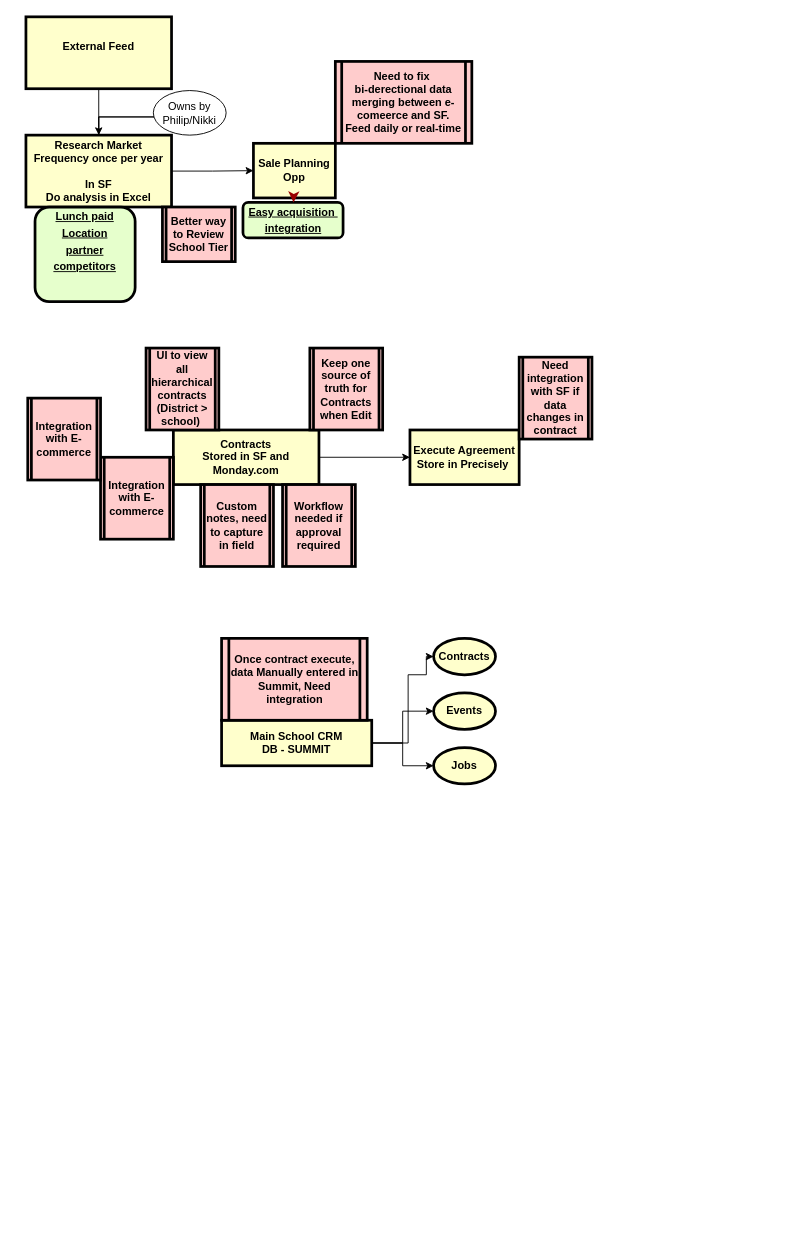
The draw.io diagram flow1.drawio in ai-next-zen/diagrams, before the edit. Source tidied: cells renumbered, new cells numbered last; positions are measured from the earlier drawing's top-left corner, leaving out a move shared by most shapes. Both pictures are drawn from the tidied source at 91%, with x=0, y=0 at pixel (25, 16).
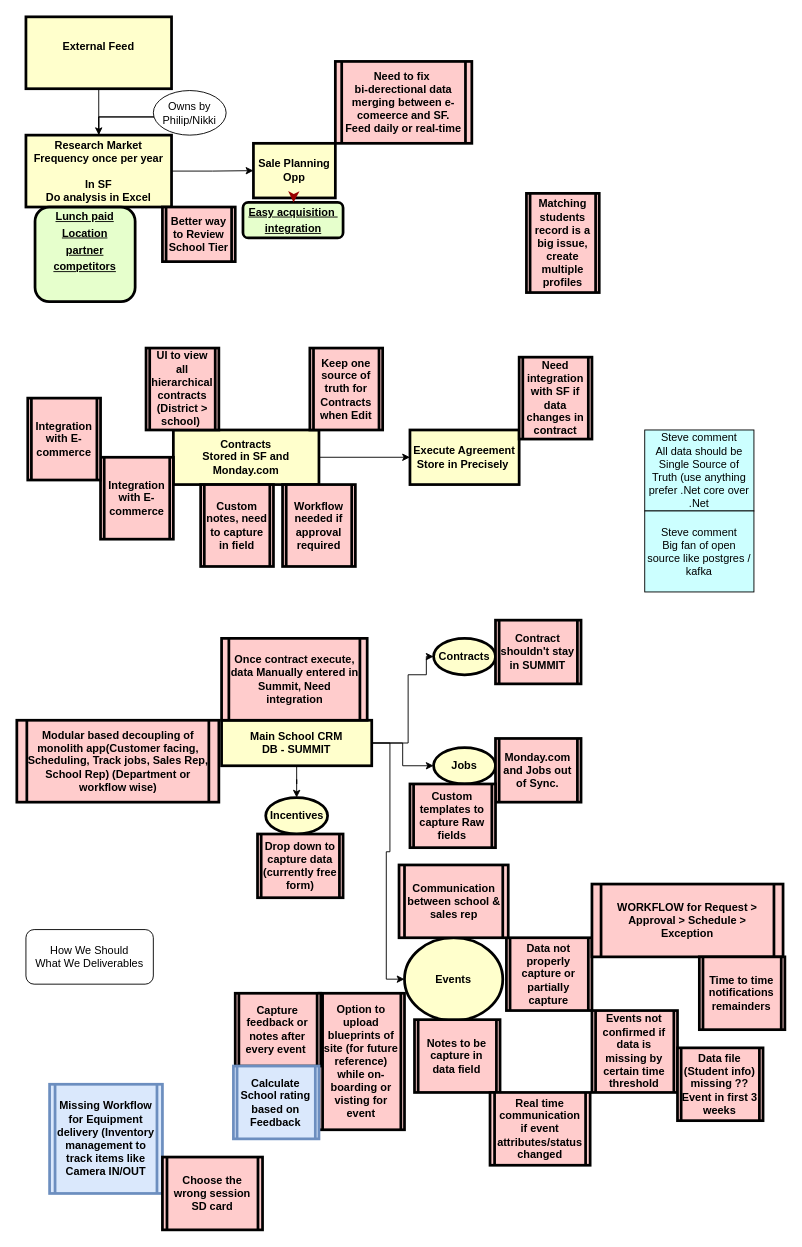
The same diagram, later.

The change refers to these unchanged cells:
```xml
<mxCell id="28" value="Main School CRM&#10;DB - SUMMIT" style="whiteSpace=wrap;align=center;verticalAlign=middle;fontStyle=1;strokeWidth=3;fillColor=#FFFFCC;" parent="1" vertex="1">
  <mxGeometry x="215" y="773" width="165" height="50" as="geometry" />
</mxCell>
```

The edit, as a diff of the source:
```diff
@@
+    <mxCell id="33" style="edgeStyle=orthogonalEdgeStyle;rounded=0;jettySize=auto;html=1;" parent="1" edge="1" source="28" target="36">
+      <mxGeometry relative="1" as="geometry" />
+    </mxCell>
@@
     <mxCell id="31" value="Events" style="ellipse;whiteSpace=wrap;html=1;fillColor=#FFFFCC;fontStyle=1;strokeWidth=3;" parent="1" vertex="1">
-      <mxGeometry x="448" y="743" width="68" height="40" as="geometry" />
+      <mxGeometry x="416" y="1012" width="108" height="91" as="geometry" />
     </mxCell>
@@
+    <mxCell id="34" value="Monday.com and Jobs out of Sync." style="shape=process;whiteSpace=wrap;align=center;verticalAlign=middle;size=0.0475;fontStyle=1;strokeWidth=3;fillColor=#FFCCCC;" parent="1" vertex="1">
+      <mxGeometry x="516" y="793" width="94" height="70" as="geometry" />
+    </mxCell>
+    <mxCell id="35" value="Custom templates to capture Raw fields" style="shape=process;whiteSpace=wrap;align=center;verticalAlign=middle;size=0.0475;fontStyle=1;strokeWidth=3;fillColor=#FFCCCC;" parent="1" vertex="1">
+      <mxGeometry x="422" y="843" width="94" height="70" as="geometry" />
+    </mxCell>
+    <mxCell id="36" value="Incentives" style="ellipse;whiteSpace=wrap;html=1;fillColor=#FFFFCC;fontStyle=1;strokeWidth=3;" parent="1" vertex="1">
+      <mxGeometry x="263.5" y="858" width="68" height="40" as="geometry" />
+    </mxCell>
+    <mxCell id="37" value="Drop down to capture data (currently free form)" style="shape=process;whiteSpace=wrap;align=center;verticalAlign=middle;size=0.0475;fontStyle=1;strokeWidth=3;fillColor=#FFCCCC;" parent="1" vertex="1">
+      <mxGeometry x="254.5" y="898" width="94" height="70" as="geometry" />
+    </mxCell>
+    <mxCell id="38" value="Modular based decoupling of monolith app(Customer facing, Scheduling, Track jobs, Sales Rep, School Rep) (Department or workflow wise)" style="shape=process;whiteSpace=wrap;align=center;verticalAlign=middle;size=0.0475;fontStyle=1;strokeWidth=3;fillColor=#FFCCCC;" parent="1" vertex="1">
+      <mxGeometry x="-10" y="773" width="222" height="90" as="geometry" />
+    </mxCell>
+    <mxCell id="39" value="Steve comment&lt;br&gt;All data should be Single Source of Truth (use anything prefer .Net core over .Net" style="rounded=0;whiteSpace=wrap;html=1;fillColor=#CCFFFF;" parent="1" vertex="1">
+      <mxGeometry x="680" y="454" width="120" height="89" as="geometry" />
+    </mxCell>
+    <mxCell id="40" value="Contract shouldn't stay in SUMMIT" style="shape=process;whiteSpace=wrap;align=center;verticalAlign=middle;size=0.0475;fontStyle=1;strokeWidth=3;fillColor=#FFCCCC;" parent="1" vertex="1">
+      <mxGeometry x="516" y="663" width="94" height="70" as="geometry" />
+    </mxCell>
+    <mxCell id="41" value="Data not properly capture or partially capture" style="shape=process;whiteSpace=wrap;align=center;verticalAlign=middle;size=0.0475;fontStyle=1;strokeWidth=3;fillColor=#FFCCCC;" parent="1" vertex="1">
+      <mxGeometry x="528" y="1012" width="94" height="80" as="geometry" />
+    </mxCell>
+    <mxCell id="42" value="Notes to be capture in data field" style="shape=process;whiteSpace=wrap;align=center;verticalAlign=middle;size=0.0475;fontStyle=1;strokeWidth=3;fillColor=#FFCCCC;" parent="1" vertex="1">
+      <mxGeometry x="427" y="1102" width="94" height="80" as="geometry" />
+    </mxCell>
+    <mxCell id="43" value="Events not confirmed if data is missing by certain time threshold" style="shape=process;whiteSpace=wrap;align=center;verticalAlign=middle;size=0.0475;fontStyle=1;strokeWidth=3;fillColor=#FFCCCC;" parent="1" vertex="1">
+      <mxGeometry x="622" y="1092" width="94" height="90" as="geometry" />
+    </mxCell>
+    <mxCell id="44" value="Communication between school &amp; sales rep" style="shape=process;whiteSpace=wrap;align=center;verticalAlign=middle;size=0.0475;fontStyle=1;strokeWidth=3;fillColor=#FFCCCC;" parent="1" vertex="1">
+      <mxGeometry x="410" y="932" width="120" height="80" as="geometry" />
+    </mxCell>
+    <mxCell id="45" value="Option to upload blueprints of site (for future reference)&#10;while on-boarding or visting for event" style="shape=process;whiteSpace=wrap;align=center;verticalAlign=middle;size=0.0475;fontStyle=1;strokeWidth=3;fillColor=#FFCCCC;" parent="1" vertex="1">
+      <mxGeometry x="322" y="1073" width="94" height="150" as="geometry" />
+    </mxCell>
+    <mxCell id="46" value="Capture feedback or notes after every event " style="shape=process;whiteSpace=wrap;align=center;verticalAlign=middle;size=0.0475;fontStyle=1;strokeWidth=3;fillColor=#FFCCCC;" parent="1" vertex="1">
+      <mxGeometry x="230" y="1073" width="94" height="80" as="geometry" />
+    </mxCell>
+    <mxCell id="47" value="WORKFLOW for Request &gt; Approval &gt; Schedule &gt; Exception" style="shape=process;whiteSpace=wrap;align=center;verticalAlign=middle;size=0.0475;fontStyle=1;strokeWidth=3;fillColor=#FFCCCC;" parent="1" vertex="1">
+      <mxGeometry x="622" y="953" width="210" height="80" as="geometry" />
+    </mxCell>
+    <mxCell id="48" value="Time to time notifications remainders" style="shape=process;whiteSpace=wrap;align=center;verticalAlign=middle;size=0.0475;fontStyle=1;strokeWidth=3;fillColor=#FFCCCC;" parent="1" vertex="1">
+      <mxGeometry x="740" y="1033" width="94" height="80" as="geometry" />
+    </mxCell>
+    <mxCell id="49" value="Data file (Student info) missing ?? Event in first 3 weeks" style="shape=process;whiteSpace=wrap;align=center;verticalAlign=middle;size=0.0475;fontStyle=1;strokeWidth=3;fillColor=#FFCCCC;" parent="1" vertex="1">
+      <mxGeometry x="716" y="1133" width="94" height="80" as="geometry" />
+    </mxCell>
+    <mxCell id="50" value="Real time communication if event attributes/status changed" style="shape=process;whiteSpace=wrap;align=center;verticalAlign=middle;size=0.0475;fontStyle=1;strokeWidth=3;fillColor=#FFCCCC;" parent="1" vertex="1">
+      <mxGeometry x="510" y="1182" width="110" height="80" as="geometry" />
+    </mxCell>
+    <mxCell id="51" value="How We Should&lt;div&gt;What We Deliverables&lt;/div&gt;" style="rounded=1;whiteSpace=wrap;html=1;" parent="1" vertex="1">
+      <mxGeometry y="1003" width="140" height="60" as="geometry" />
+    </mxCell>
+    <mxCell id="52" value="Calculate School rating based on Feedback" style="shape=process;whiteSpace=wrap;align=center;verticalAlign=middle;size=0.0475;fontStyle=1;strokeWidth=3;fillColor=#dae8fc;strokeColor=#6c8ebf;" parent="1" vertex="1">
+      <mxGeometry x="228" y="1153" width="94" height="80" as="geometry" />
+    </mxCell>
+    <mxCell id="53" value="Steve comment&lt;br&gt;Big fan of open source like postgres / kafka" style="rounded=0;whiteSpace=wrap;html=1;fillColor=#CCFFFF;" parent="1" vertex="1">
+      <mxGeometry x="680" y="543" width="120" height="89" as="geometry" />
+    </mxCell>
+    <mxCell id="54" value="Missing Workflow for Equipment delivery (Inventory management to track items like Camera IN/OUT" style="shape=process;whiteSpace=wrap;align=center;verticalAlign=middle;size=0.0475;fontStyle=1;strokeWidth=3;fillColor=#dae8fc;strokeColor=#6c8ebf;" parent="1" vertex="1">
+      <mxGeometry x="26" y="1173" width="124" height="120" as="geometry" />
+    </mxCell>
+    <mxCell id="55" value="Matching students record is a big issue, create multiple profiles" style="shape=process;whiteSpace=wrap;align=center;verticalAlign=middle;size=0.0475;fontStyle=1;strokeWidth=3;fillColor=#FFCCCC;" parent="1" vertex="1">
+      <mxGeometry x="550" y="194" width="80" height="109" as="geometry" />
+    </mxCell>
+    <mxCell id="56" value="Choose the wrong session SD card" style="shape=process;whiteSpace=wrap;align=center;verticalAlign=middle;size=0.0475;fontStyle=1;strokeWidth=3;fillColor=#FFCCCC;" parent="1" vertex="1">
+      <mxGeometry x="150" y="1253" width="110" height="80" as="geometry" />
+    </mxCell>
```
